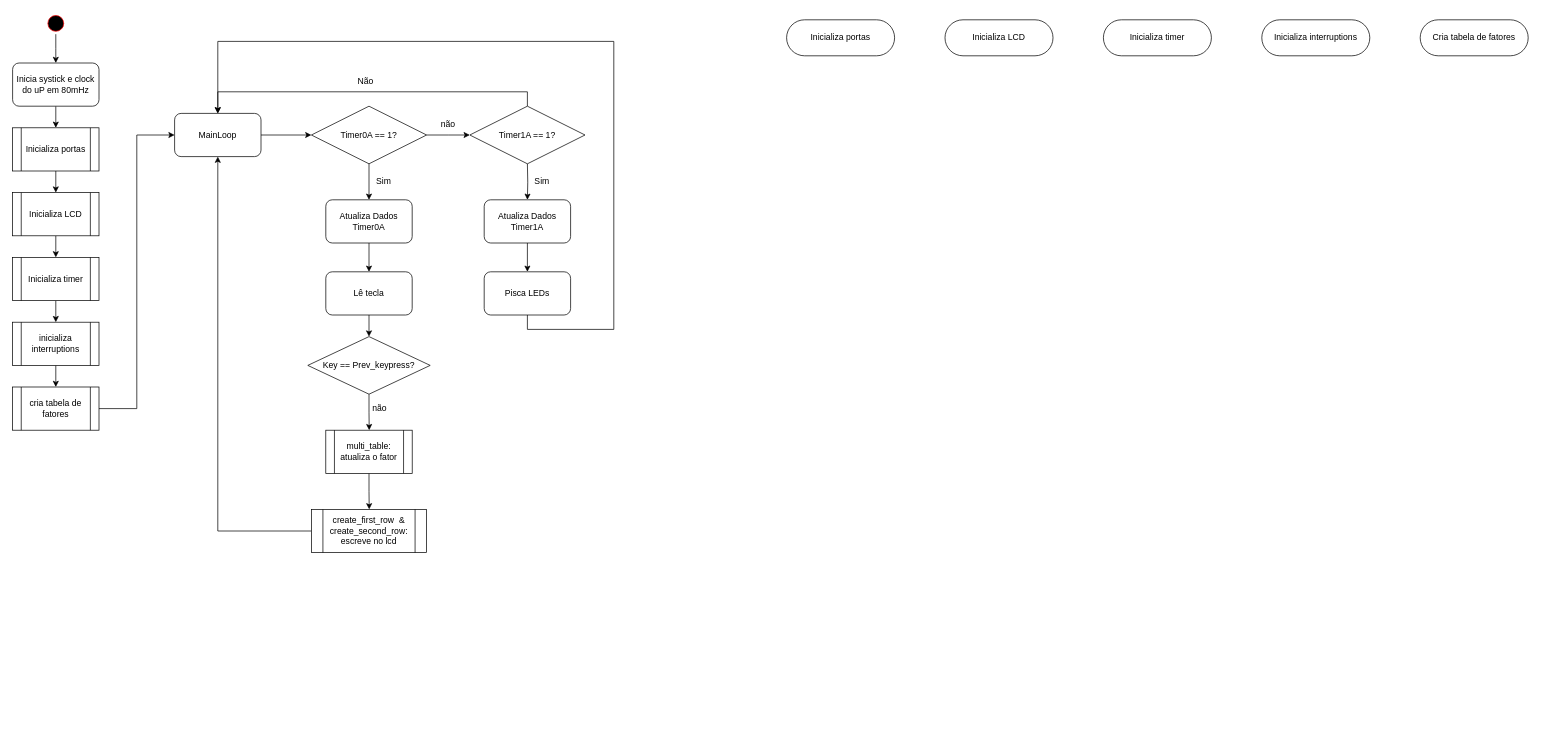
Above: Lab2/lab2.drawio in RodrigoWPoli/coiu (draw.io), before the change. Source tidied: cells renumbered, new cells numbered last; positions are measured from the earlier drawing's top-left corner, leaving out a move shared by most shapes. Both pictures are drawn from the tidied source at 72%, with x=0, y=0 at pixel (12, 12).
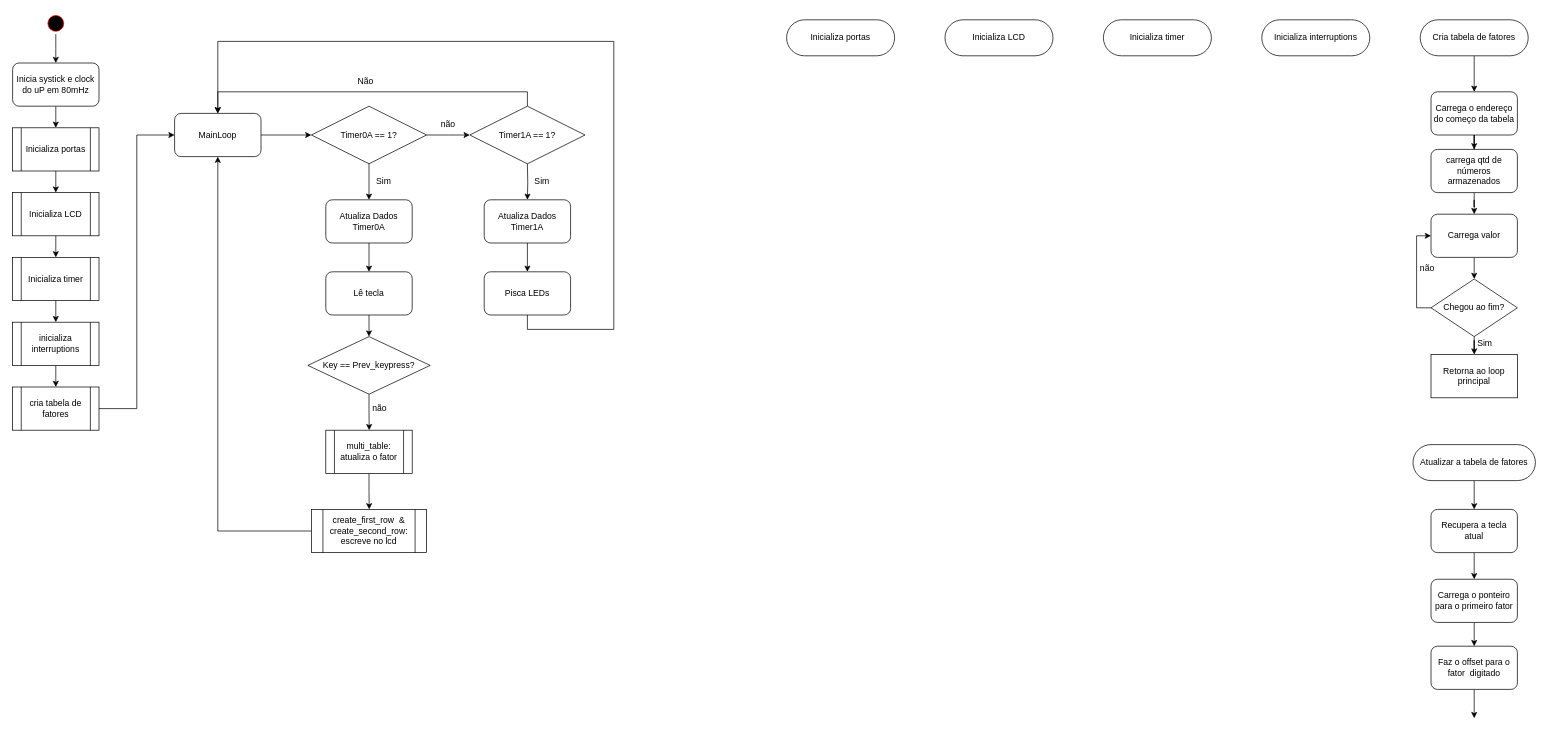
The same page after the edit.

Unchanged cells that the change refers to:
```xml
<mxCell id="47" value="Cria tabela de fatores" style="rounded=1;whiteSpace=wrap;html=1;arcSize=50;" parent="1" vertex="1">
  <mxGeometry x="1955" y="10" width="150" height="50" as="geometry" />
</mxCell>
```

What changed in the source:
```diff
@@
+    <mxCell id="48" style="edgeStyle=orthogonalEdgeStyle;rounded=0;jettySize=auto;html=1;exitX=0.5;exitY=1;exitDx=0;exitDy=0;entryX=0.5;entryY=0;entryDx=0;entryDy=0;" parent="1" edge="1" source="47" target="50">
+      <mxGeometry relative="1" as="geometry" />
+    </mxCell>
@@
+    <mxCell id="49" style="edgeStyle=orthogonalEdgeStyle;rounded=0;jettySize=auto;html=1;" parent="1" edge="1" source="50" target="52">
+      <mxGeometry relative="1" as="geometry" />
+    </mxCell>
+    <mxCell id="50" value="Carrega o endereço do começo da tabela" style="rounded=1;whiteSpace=wrap;html=1;" parent="1" vertex="1">
+      <mxGeometry x="1970" y="110" width="120" height="60" as="geometry" />
+    </mxCell>
+    <mxCell id="51" style="edgeStyle=orthogonalEdgeStyle;rounded=0;jettySize=auto;html=1;" parent="1" edge="1" source="52" target="54">
+      <mxGeometry relative="1" as="geometry" />
+    </mxCell>
+    <mxCell id="52" value="carrega qtd de números armazenados" style="whiteSpace=wrap;html=1;rounded=1;" parent="1" vertex="1">
+      <mxGeometry x="1970" y="190" width="120" height="60" as="geometry" />
+    </mxCell>
+    <mxCell id="53" style="edgeStyle=orthogonalEdgeStyle;rounded=0;jettySize=auto;html=1;exitX=0.5;exitY=1;exitDx=0;exitDy=0;entryX=0.5;entryY=0;entryDx=0;entryDy=0;" parent="1" edge="1" source="54" target="57">
+      <mxGeometry relative="1" as="geometry" />
+    </mxCell>
+    <mxCell id="54" value="Carrega valor" style="whiteSpace=wrap;html=1;rounded=1;" parent="1" vertex="1">
+      <mxGeometry x="1970" y="280" width="120" height="60" as="geometry" />
+    </mxCell>
+    <mxCell id="55" style="edgeStyle=orthogonalEdgeStyle;rounded=0;jettySize=auto;html=1;exitX=0;exitY=0.5;exitDx=0;exitDy=0;entryX=0;entryY=0.5;entryDx=0;entryDy=0;" parent="1" edge="1" source="57" target="54">
+      <mxGeometry relative="1" as="geometry" />
+    </mxCell>
+    <mxCell id="56" style="edgeStyle=orthogonalEdgeStyle;rounded=0;jettySize=auto;html=1;" parent="1" edge="1" source="57" target="59">
+      <mxGeometry relative="1" as="geometry" />
+    </mxCell>
+    <mxCell id="57" value="Chegou ao fim?" style="rhombus;whiteSpace=wrap;html=1;" parent="1" vertex="1">
+      <mxGeometry x="1970" y="370" width="120" height="80" as="geometry" />
+    </mxCell>
+    <mxCell id="58" value="não" style="text;html=1;align=center;verticalAlign=middle;whiteSpace=wrap;rounded=0;" parent="1" vertex="1">
+      <mxGeometry x="1935" y="341" width="60" height="30" as="geometry" />
+    </mxCell>
+    <mxCell id="59" value="Retorna ao loop principal" style="whiteSpace=wrap;html=1;" parent="1" vertex="1">
+      <mxGeometry x="1970" y="475" width="120" height="60" as="geometry" />
+    </mxCell>
+    <mxCell id="60" value="Sim" style="text;html=1;align=center;verticalAlign=middle;whiteSpace=wrap;rounded=0;" parent="1" vertex="1">
+      <mxGeometry x="2015" y="445" width="60" height="30" as="geometry" />
+    </mxCell>
+    <mxCell id="61" style="edgeStyle=orthogonalEdgeStyle;rounded=0;jettySize=auto;html=1;exitX=0.5;exitY=1;exitDx=0;exitDy=0;entryX=0.5;entryY=0;entryDx=0;entryDy=0;" parent="1" edge="1" source="62" target="64">
+      <mxGeometry relative="1" as="geometry" />
+    </mxCell>
+    <mxCell id="62" value="Atualizar a tabela de fatores" style="rounded=1;whiteSpace=wrap;html=1;arcSize=50;" parent="1" vertex="1">
+      <mxGeometry x="1945" y="600" width="170" height="50" as="geometry" />
+    </mxCell>
+    <mxCell id="63" style="edgeStyle=orthogonalEdgeStyle;rounded=0;jettySize=auto;html=1;exitX=0.5;exitY=1;exitDx=0;exitDy=0;entryX=0.5;entryY=0;entryDx=0;entryDy=0;" parent="1" edge="1" source="64" target="66">
+      <mxGeometry relative="1" as="geometry" />
+    </mxCell>
+    <mxCell id="64" value="Recupera a tecla atual" style="rounded=1;whiteSpace=wrap;html=1;" parent="1" vertex="1">
+      <mxGeometry x="1970" y="690" width="120" height="60" as="geometry" />
+    </mxCell>
+    <mxCell id="65" style="edgeStyle=orthogonalEdgeStyle;rounded=0;jettySize=auto;html=1;exitX=0.5;exitY=1;exitDx=0;exitDy=0;entryX=0.5;entryY=0;entryDx=0;entryDy=0;" parent="1" edge="1" source="66" target="68">
+      <mxGeometry relative="1" as="geometry" />
+    </mxCell>
+    <mxCell id="66" value="Carrega o ponteiro para o primeiro fator " style="rounded=1;whiteSpace=wrap;html=1;" parent="1" vertex="1">
+      <mxGeometry x="1970" y="787" width="120" height="60" as="geometry" />
+    </mxCell>
+    <mxCell id="67" style="edgeStyle=orthogonalEdgeStyle;rounded=0;jettySize=auto;html=1;exitX=0.5;exitY=1;exitDx=0;exitDy=0;entryX=0.5;entryY=0;entryDx=0;entryDy=0;" parent="1" edge="1" source="68">
+      <mxGeometry relative="1" as="geometry">
+        <mxPoint x="2030" y="980" as="targetPoint" />
+      </mxGeometry>
+    </mxCell>
+    <mxCell id="68" value="Faz o offset para o fator&amp;nbsp; digitado" style="rounded=1;whiteSpace=wrap;html=1;" parent="1" vertex="1">
+      <mxGeometry x="1970" y="880" width="120" height="60" as="geometry" />
+    </mxCell>
```
